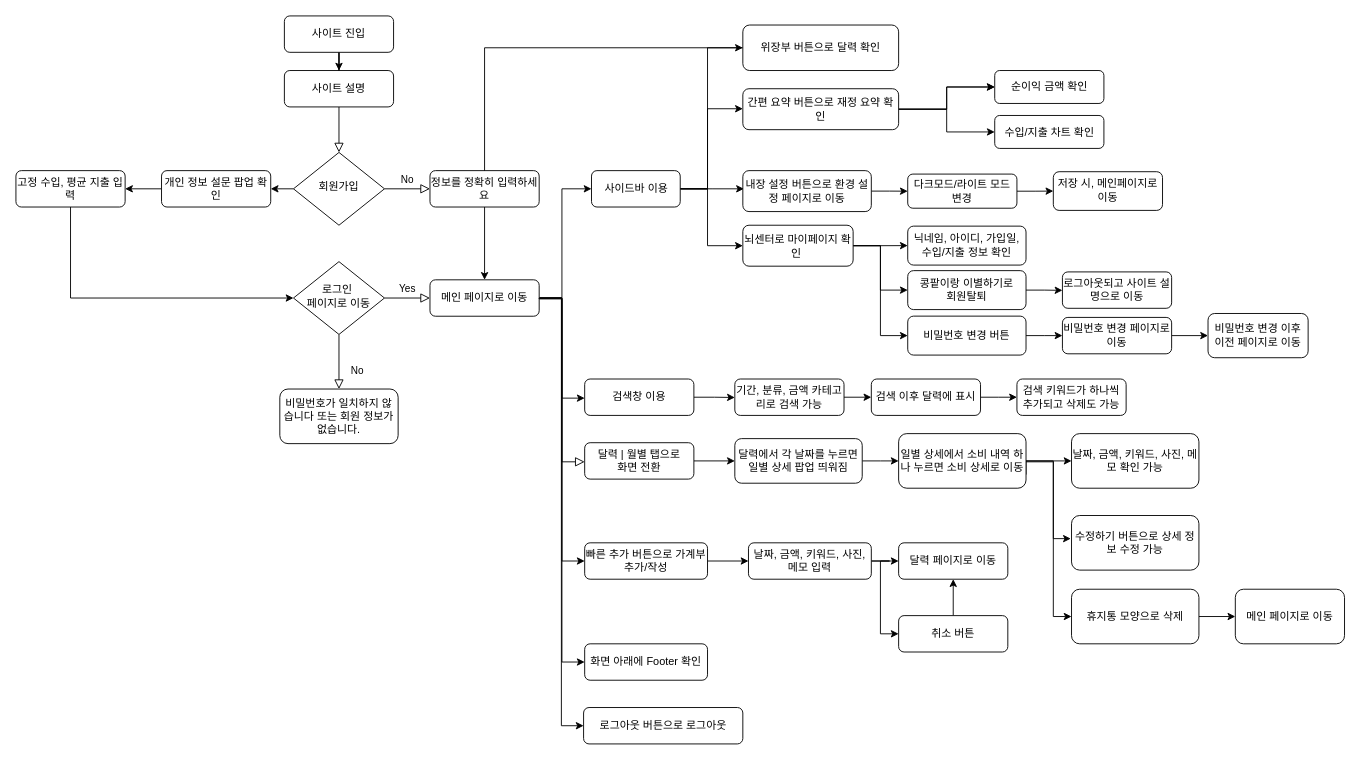
Earlier version of the draw.io diagram 플로우차트.drawio (KB-samwamoney/samwamoney). Source tidied: cells renumbered, new cells numbered last; positions are measured from the earlier drawing's top-left corner, leaving out a move shared by most shapes. Both pictures are drawn from the tidied source at 91%, with x=0, y=0 at pixel (15, 15).
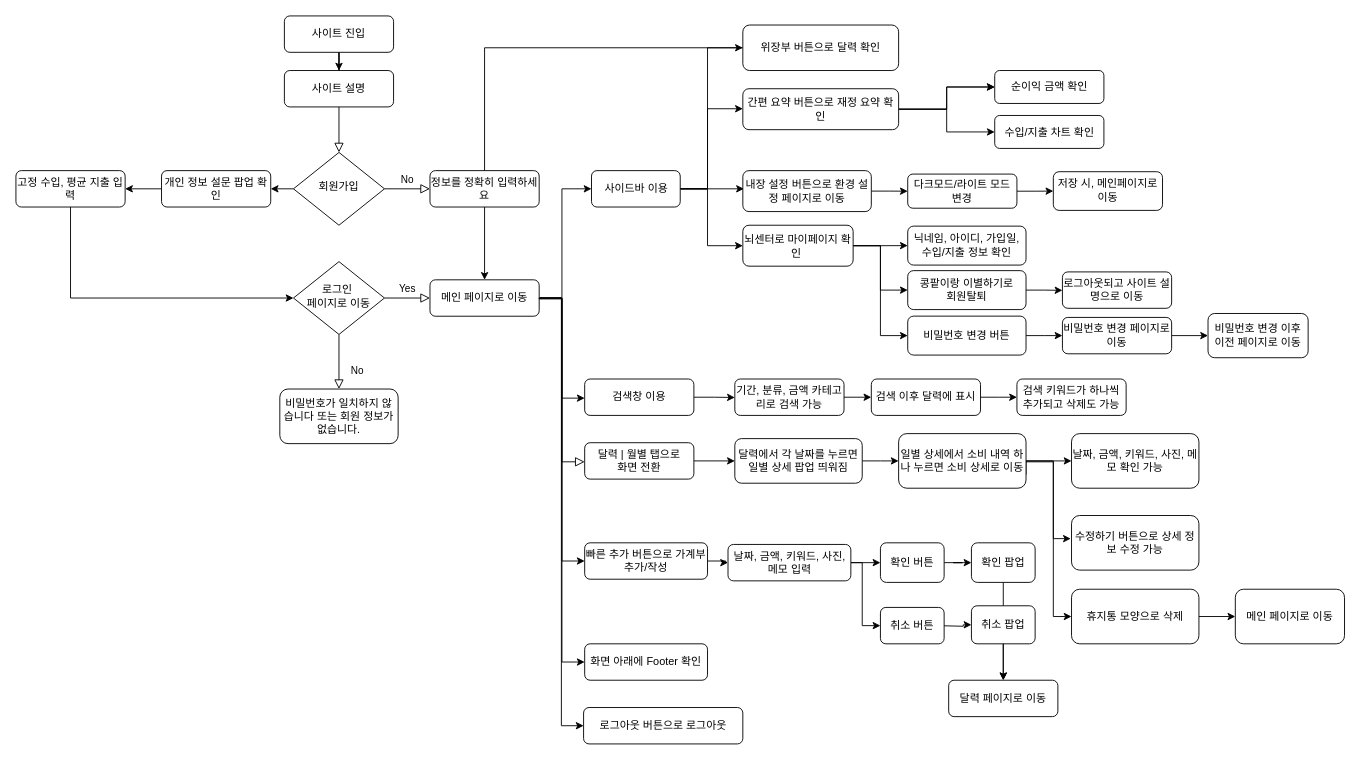
The same page after the edit.

Commit message (it also covers changes not shown here):
플로우차트.drawio 업데이트

Change to the diagram source:
```diff
@@
-    <mxCell id="38" style="edgeStyle=orthogonalEdgeStyle;rounded=0;jettySize=auto;html=1;" parent="1" edge="1" source="40" target="65">
-      <mxGeometry relative="1" as="geometry" />
-    </mxCell>
+    <mxCell id="86" style="edgeStyle=orthogonalEdgeStyle;rounded=0;jettySize=auto;html=1;" parent="1" edge="1" source="40" target="88">
+      <mxGeometry relative="1" as="geometry" />
+    </mxCell>
     <mxCell id="39" style="edgeStyle=orthogonalEdgeStyle;rounded=0;jettySize=auto;html=1;exitX=1;exitY=0.5;exitDx=0;exitDy=0;entryX=0;entryY=0.5;entryDx=0;entryDy=0;" parent="1" edge="1" source="40" target="67">
       <mxGeometry relative="1" as="geometry">
         <Array as="points">
-          <mxPoint x="950" y="599" />
-          <mxPoint x="950" y="679" />
+          <mxPoint x="930" y="601" />
+          <mxPoint x="930" y="670" />
         </Array>
       </mxGeometry>
     </mxCell>
     <mxCell id="40" value="날짜, 금액, 키워드, 사진, 메모 입력" style="rounded=1;whiteSpace=wrap;html=1;fontSize=12;glass=0;strokeWidth=1;shadow=0;" parent="1" vertex="1">
-      <mxGeometry x="805" y="579" width="135" height="40" as="geometry" />
+      <mxGeometry x="782.5" y="580.8" width="135" height="40" as="geometry" />
     </mxCell>
@@
     <mxCell id="65" value="달력 페이지로 이동" style="whiteSpace=wrap;html=1;rounded=1;glass=0;strokeWidth=1;shadow=0;" parent="1" vertex="1">
-      <mxGeometry x="970" y="579" width="120" height="40" as="geometry" />
+      <mxGeometry x="1025" y="730" width="120" height="40" as="geometry" />
     </mxCell>
-    <mxCell id="66" style="edgeStyle=orthogonalEdgeStyle;rounded=0;jettySize=auto;html=1;" parent="1" edge="1" source="67" target="65">
-      <mxGeometry relative="1" as="geometry" />
-    </mxCell>
     <mxCell id="67" value="취소 버튼" style="whiteSpace=wrap;html=1;rounded=1;glass=0;strokeWidth=1;shadow=0;" parent="1" vertex="1">
-      <mxGeometry x="970" y="659" width="120" height="40" as="geometry" />
+      <mxGeometry x="950" y="650" width="70" height="40" as="geometry" />
     </mxCell>
@@
+    <mxCell id="87" style="edgeStyle=orthogonalEdgeStyle;rounded=0;jettySize=auto;html=1;" parent="1" edge="1" source="88" target="90">
+      <mxGeometry relative="1" as="geometry" />
+    </mxCell>
+    <mxCell id="88" value="확인 버튼" style="whiteSpace=wrap;html=1;rounded=1;glass=0;strokeWidth=1;shadow=0;" parent="1" vertex="1">
+      <mxGeometry x="950" y="579" width="70" height="43.5" as="geometry" />
+    </mxCell>
+    <mxCell id="89" style="edgeStyle=orthogonalEdgeStyle;rounded=0;jettySize=auto;html=1;exitX=0.5;exitY=1;exitDx=0;exitDy=0;" parent="1" edge="1" source="90" target="65">
+      <mxGeometry relative="1" as="geometry">
+        <Array as="points">
+          <mxPoint x="1085" y="700" />
+          <mxPoint x="1085" y="700" />
+        </Array>
+      </mxGeometry>
+    </mxCell>
+    <mxCell id="90" value="확인 팝업" style="whiteSpace=wrap;html=1;rounded=1;glass=0;strokeWidth=1;shadow=0;" parent="1" vertex="1">
+      <mxGeometry x="1050" y="579" width="70" height="43.5" as="geometry" />
+    </mxCell>
+    <mxCell id="91" style="edgeStyle=orthogonalEdgeStyle;rounded=0;jettySize=auto;html=1;" parent="1" edge="1" target="93">
+      <mxGeometry relative="1" as="geometry">
+        <mxPoint x="1020" y="670.2" as="sourcePoint" />
+      </mxGeometry>
+    </mxCell>
+    <mxCell id="92" style="edgeStyle=orthogonalEdgeStyle;rounded=0;jettySize=auto;html=1;" parent="1" edge="1" source="93" target="65">
+      <mxGeometry relative="1" as="geometry">
+        <Array as="points">
+          <mxPoint x="1085" y="720" />
+          <mxPoint x="1085" y="720" />
+        </Array>
+      </mxGeometry>
+    </mxCell>
+    <mxCell id="93" value="취소 팝업" style="whiteSpace=wrap;html=1;rounded=1;glass=0;strokeWidth=1;shadow=0;" parent="1" vertex="1">
+      <mxGeometry x="1050" y="648.2" width="70" height="41.8" as="geometry" />
+    </mxCell>
+    <mxCell id="94" style="edgeStyle=orthogonalEdgeStyle;rounded=0;orthogonalLoop=1;jettySize=auto;html=1;exitX=0.5;exitY=1;exitDx=0;exitDy=0;" parent="1" edge="1" source="65" target="65">
+      <mxGeometry relative="1" as="geometry" />
+    </mxCell>
```
